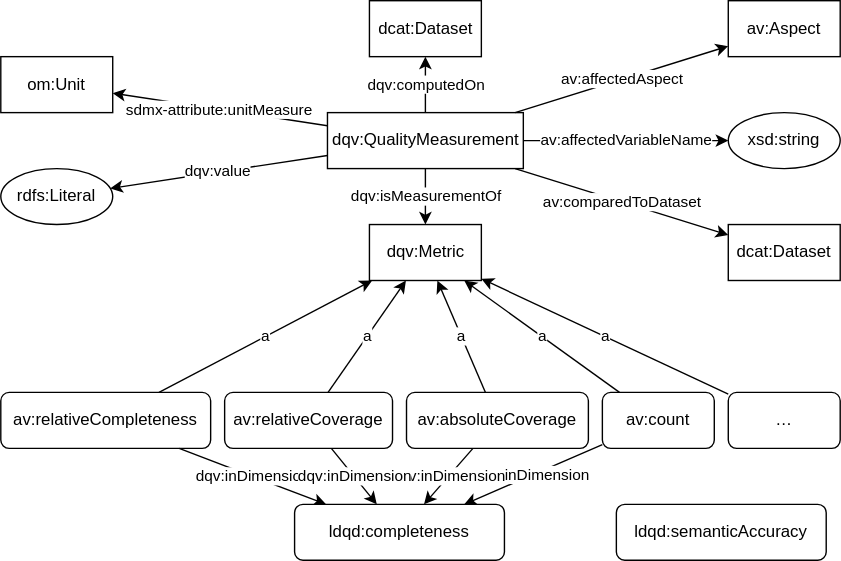
This is qualityMeasurementGraph.svg from fusion-jena/abecto-vocabulary, a draw.io export, as it was before one commit. Source tidied: cells renumbered, new cells last; positions are measured from the earlier drawing's top-left corner, leaving out a move shared by most shapes.
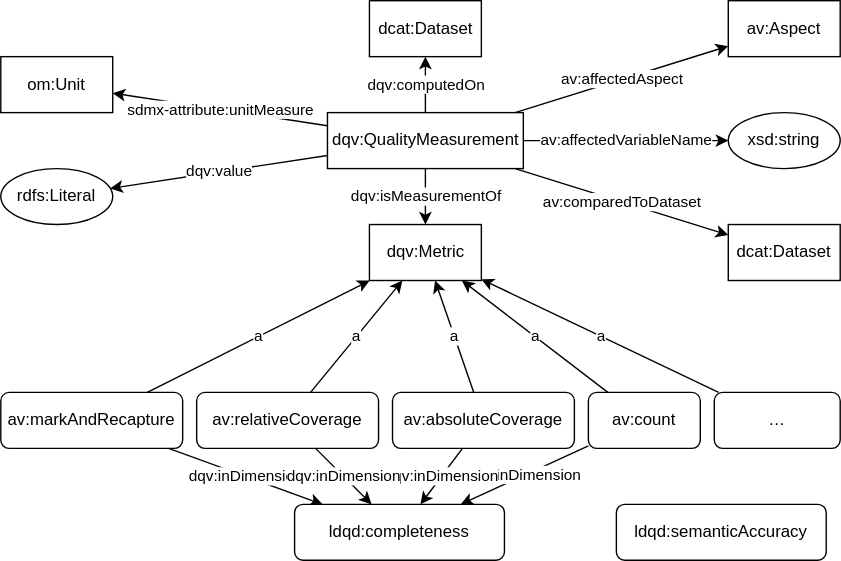
Above is the later version.

What changed in the source:
```diff
@@ -29,8 +29,8 @@
     <mxCell id="10" value="rdfs:Literal" style="ellipse;whiteSpace=wrap;html=1;" parent="1" vertex="1">
       <mxGeometry y="120" width="80" height="40" as="geometry" />
     </mxCell>
-    <mxCell id="11" value="av:relativeCompleteness" style="whiteSpace=wrap;html=1;rounded=1;" parent="1" vertex="1">
-      <mxGeometry y="280" width="150" height="40" as="geometry" />
+    <mxCell id="11" value="av:markAndRecapture" style="whiteSpace=wrap;html=1;rounded=1;" parent="1" vertex="1">
+      <mxGeometry y="280" width="130" height="40" as="geometry" />
     </mxCell>
     <mxCell id="12" value="a" style="edgeStyle=none;rounded=0;jettySize=auto;html=1;" parent="1" edge="1" source="11" target="6">
       <mxGeometry relative="1" as="geometry" />
@@ -60,10 +60,10 @@
       <mxGeometry relative="1" as="geometry" />
     </mxCell>
     <mxCell id="21" value="av:count" style="whiteSpace=wrap;html=1;rounded=1;" parent="1" vertex="1">
-      <mxGeometry x="430" y="280" width="80" height="40" as="geometry" />
+      <mxGeometry x="420" y="280" width="80" height="40" as="geometry" />
     </mxCell>
     <mxCell id="22" value="av:absoluteCoverage" style="whiteSpace=wrap;html=1;rounded=1;" parent="1" vertex="1">
-      <mxGeometry x="290" y="280" width="130" height="40" as="geometry" />
+      <mxGeometry x="280" y="280" width="130" height="40" as="geometry" />
     </mxCell>
     <mxCell id="23" value="a" style="edgeStyle=none;rounded=0;jettySize=auto;html=1;" parent="1" edge="1" source="29" target="6">
       <mxGeometry relative="1" as="geometry" />
@@ -78,13 +78,13 @@
       <mxGeometry relative="1" as="geometry" />
     </mxCell>
     <mxCell id="27" value="av:relativeCoverage" style="whiteSpace=wrap;html=1;rounded=1;" parent="1" vertex="1">
-      <mxGeometry x="160" y="280" width="120" height="40" as="geometry" />
+      <mxGeometry x="140" y="280" width="130" height="40" as="geometry" />
     </mxCell>
     <mxCell id="28" value="a" style="edgeStyle=none;rounded=0;jettySize=auto;html=1;" parent="1" edge="1" source="27" target="6">
       <mxGeometry relative="1" as="geometry" />
     </mxCell>
     <mxCell id="29" value="…" style="whiteSpace=wrap;html=1;rounded=1;" parent="1" vertex="1">
-      <mxGeometry x="520" y="280" width="80" height="40" as="geometry" />
+      <mxGeometry x="510" y="280" width="90" height="40" as="geometry" />
     </mxCell>
     <mxCell id="30" value="dqv:inDimension" style="edgeStyle=none;rounded=0;jettySize=auto;html=1;" parent="1" edge="1" source="27" target="31">
       <mxGeometry relative="1" as="geometry" />
```
